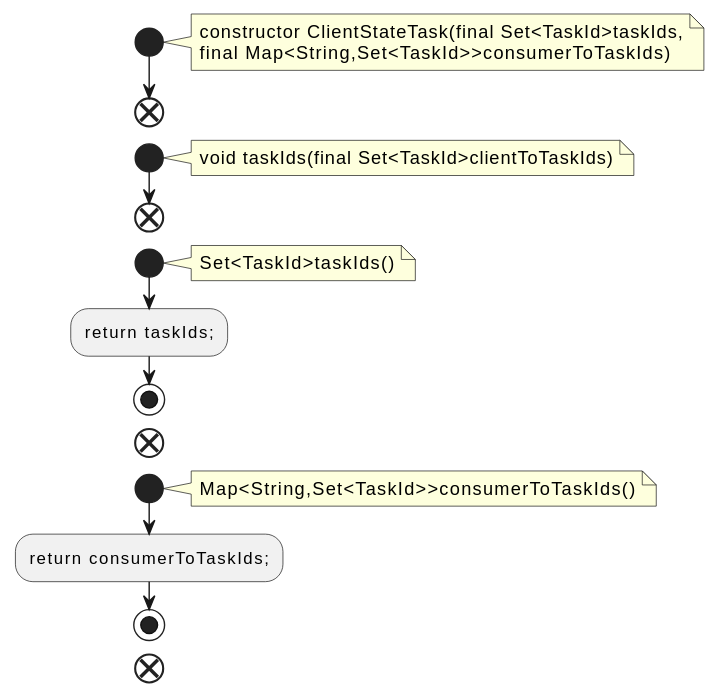
qualitesys/kafka keeps this PlantUML diagram as docs/qc/streams/src/main/java/org/apache/kafka/streams/processor/internals/assignment/ClientStateTask.java.fct.svg. Above is the earlier version.
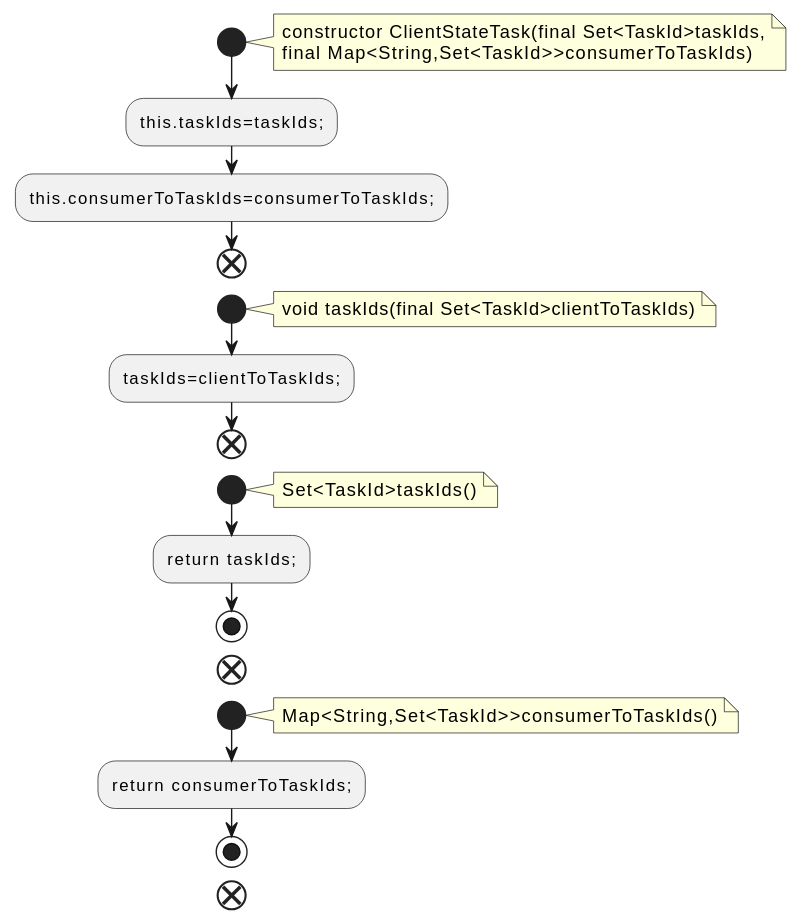
Above is the later version.

Diff of the diagram source:
```diff
@@ -5,11 +5,14 @@
 constructor ClientStateTask(final Set<TaskId>taskIds,
 final Map<String,Set<TaskId>>consumerToTaskIds)
 end note
+:this.taskIds=taskIds;;
+:this.consumerToTaskIds=consumerToTaskIds;;
 end
 start
 note right
 void taskIds(final Set<TaskId>clientToTaskIds)
 end note
+:taskIds=clientToTaskIds;;
 end
 start
 note right
```
